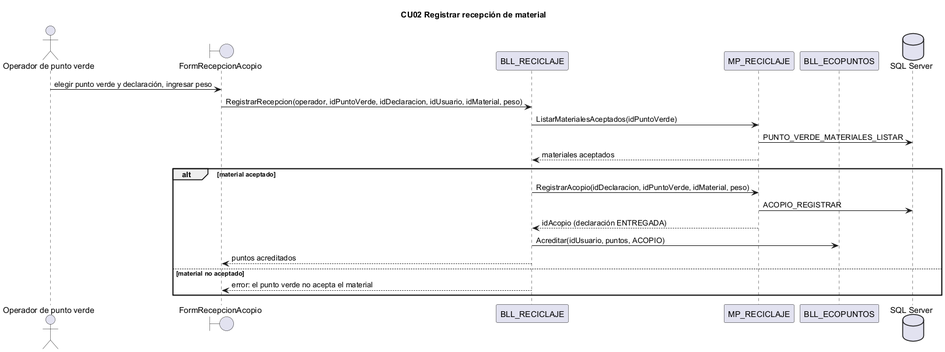
Above: docs/diagramas/secuencias_png/CU02.png in L-Muniz/uai-diploma_2026 (PlantUML), before the change.
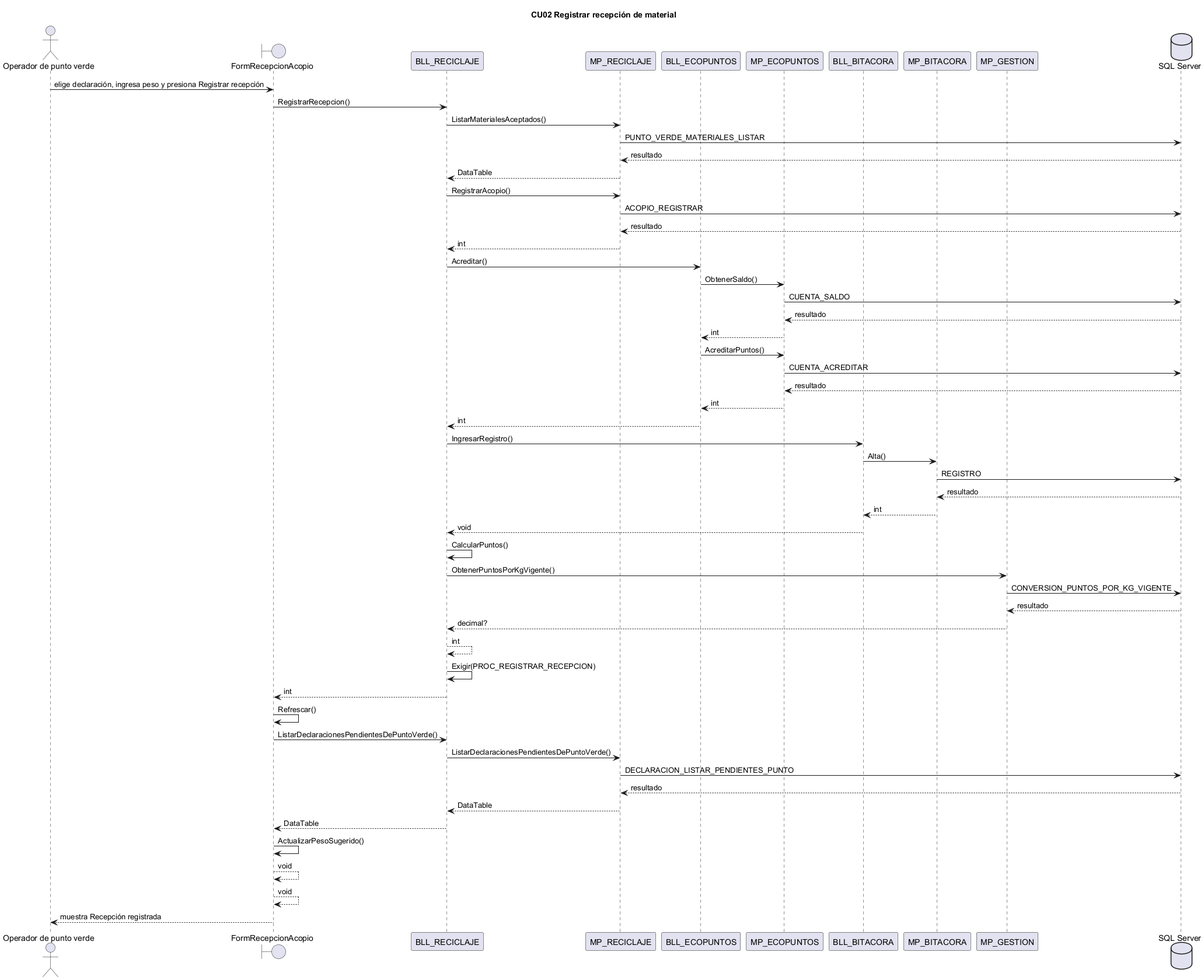
The same file after the commit.

What changed in the source:
```diff
@@ -1,23 +1,58 @@
 @startuml CU02
 title CU02 Registrar recepción de material
-actor "Operador de punto verde" as Op
-boundary "FormRecepcionAcopio" as IU
-participant "BLL_RECICLAJE" as BLL
-participant "MP_RECICLAJE" as DAL
-participant "BLL_ECOPUNTOS" as EP
+actor "Operador de punto verde" as ACT
+boundary FormRecepcionAcopio
+participant BLL_RECICLAJE
+participant MP_RECICLAJE
+participant BLL_ECOPUNTOS
+participant MP_ECOPUNTOS
+participant BLL_BITACORA
+participant MP_BITACORA
+participant MP_GESTION
 database "SQL Server" as BD
-Op -> IU : elegir punto verde y declaración, ingresar peso
-IU -> BLL : RegistrarRecepcion(operador, idPuntoVerde, idDeclaracion, idUsuario, idMaterial, peso)
-BLL -> DAL : ListarMaterialesAceptados(idPuntoVerde)
-DAL -> BD : PUNTO_VERDE_MATERIALES_LISTAR
-DAL --> BLL : materiales aceptados
-alt material aceptado
-  BLL -> DAL : RegistrarAcopio(idDeclaracion, idPuntoVerde, idMaterial, peso)
-DAL -> BD : ACOPIO_REGISTRAR
-  DAL --> BLL : idAcopio (declaración ENTREGADA)
-  BLL -> EP : Acreditar(idUsuario, puntos, ACOPIO)
-  BLL --> IU : puntos acreditados
-else material no aceptado
-  BLL --> IU : error: el punto verde no acepta el material
-end
+ACT -> FormRecepcionAcopio : elige declaración, ingresa peso y presiona Registrar recepción
+FormRecepcionAcopio -> BLL_RECICLAJE : RegistrarRecepcion()
+BLL_RECICLAJE -> MP_RECICLAJE : ListarMaterialesAceptados()
+MP_RECICLAJE -> BD : PUNTO_VERDE_MATERIALES_LISTAR
+BD --> MP_RECICLAJE : resultado
+MP_RECICLAJE --> BLL_RECICLAJE : DataTable
+BLL_RECICLAJE -> MP_RECICLAJE : RegistrarAcopio()
+MP_RECICLAJE -> BD : ACOPIO_REGISTRAR
+BD --> MP_RECICLAJE : resultado
+MP_RECICLAJE --> BLL_RECICLAJE : int
+BLL_RECICLAJE -> BLL_ECOPUNTOS : Acreditar()
+BLL_ECOPUNTOS -> MP_ECOPUNTOS : ObtenerSaldo()
+MP_ECOPUNTOS -> BD : CUENTA_SALDO
+BD --> MP_ECOPUNTOS : resultado
+MP_ECOPUNTOS --> BLL_ECOPUNTOS : int
+BLL_ECOPUNTOS -> MP_ECOPUNTOS : AcreditarPuntos()
+MP_ECOPUNTOS -> BD : CUENTA_ACREDITAR
+BD --> MP_ECOPUNTOS : resultado
+MP_ECOPUNTOS --> BLL_ECOPUNTOS : int
+BLL_ECOPUNTOS --> BLL_RECICLAJE : int
+BLL_RECICLAJE -> BLL_BITACORA : IngresarRegistro()
+BLL_BITACORA -> MP_BITACORA : Alta()
+MP_BITACORA -> BD : REGISTRO
+BD --> MP_BITACORA : resultado
+MP_BITACORA --> BLL_BITACORA : int
+BLL_BITACORA --> BLL_RECICLAJE : void
+BLL_RECICLAJE -> BLL_RECICLAJE : CalcularPuntos()
+BLL_RECICLAJE -> MP_GESTION : ObtenerPuntosPorKgVigente()
+MP_GESTION -> BD : CONVERSION_PUNTOS_POR_KG_VIGENTE
+BD --> MP_GESTION : resultado
+MP_GESTION --> BLL_RECICLAJE : decimal?
+BLL_RECICLAJE --> BLL_RECICLAJE : int
+BLL_RECICLAJE -> BLL_RECICLAJE : Exigir(PROC_REGISTRAR_RECEPCION)
+BLL_RECICLAJE --> FormRecepcionAcopio : int
+FormRecepcionAcopio -> FormRecepcionAcopio : Refrescar()
+FormRecepcionAcopio -> BLL_RECICLAJE : ListarDeclaracionesPendientesDePuntoVerde()
+BLL_RECICLAJE -> MP_RECICLAJE : ListarDeclaracionesPendientesDePuntoVerde()
+MP_RECICLAJE -> BD : DECLARACION_LISTAR_PENDIENTES_PUNTO
+BD --> MP_RECICLAJE : resultado
+MP_RECICLAJE --> BLL_RECICLAJE : DataTable
+BLL_RECICLAJE --> FormRecepcionAcopio : DataTable
+FormRecepcionAcopio -> FormRecepcionAcopio : ActualizarPesoSugerido()
+FormRecepcionAcopio --> FormRecepcionAcopio : void
+FormRecepcionAcopio --> FormRecepcionAcopio : void
+FormRecepcionAcopio --> ACT : muestra Recepción registrada
 @enduml
```
